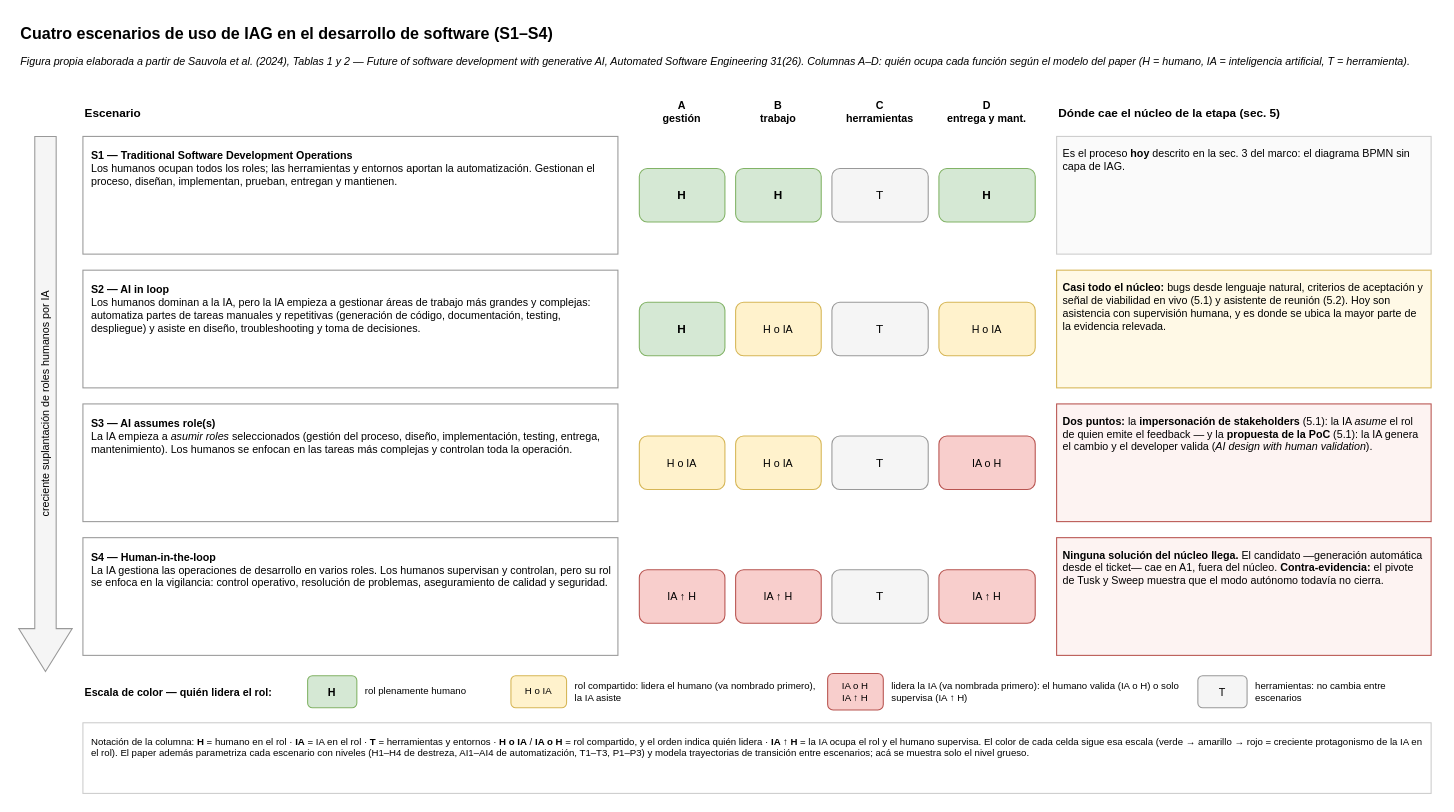
This is sprint 15/diagramas/escenarios_s1_s4.drawio from vickychappuis/Tesis, a draw.io file, before an edit. Source tidied: cells renumbered, new cells numbered last; positions are measured from the earlier drawing's top-left corner, leaving out a move shared by most shapes. Both pictures are drawn from the tidied source at 107%, with x=0, y=0 at pixel (18, 18).
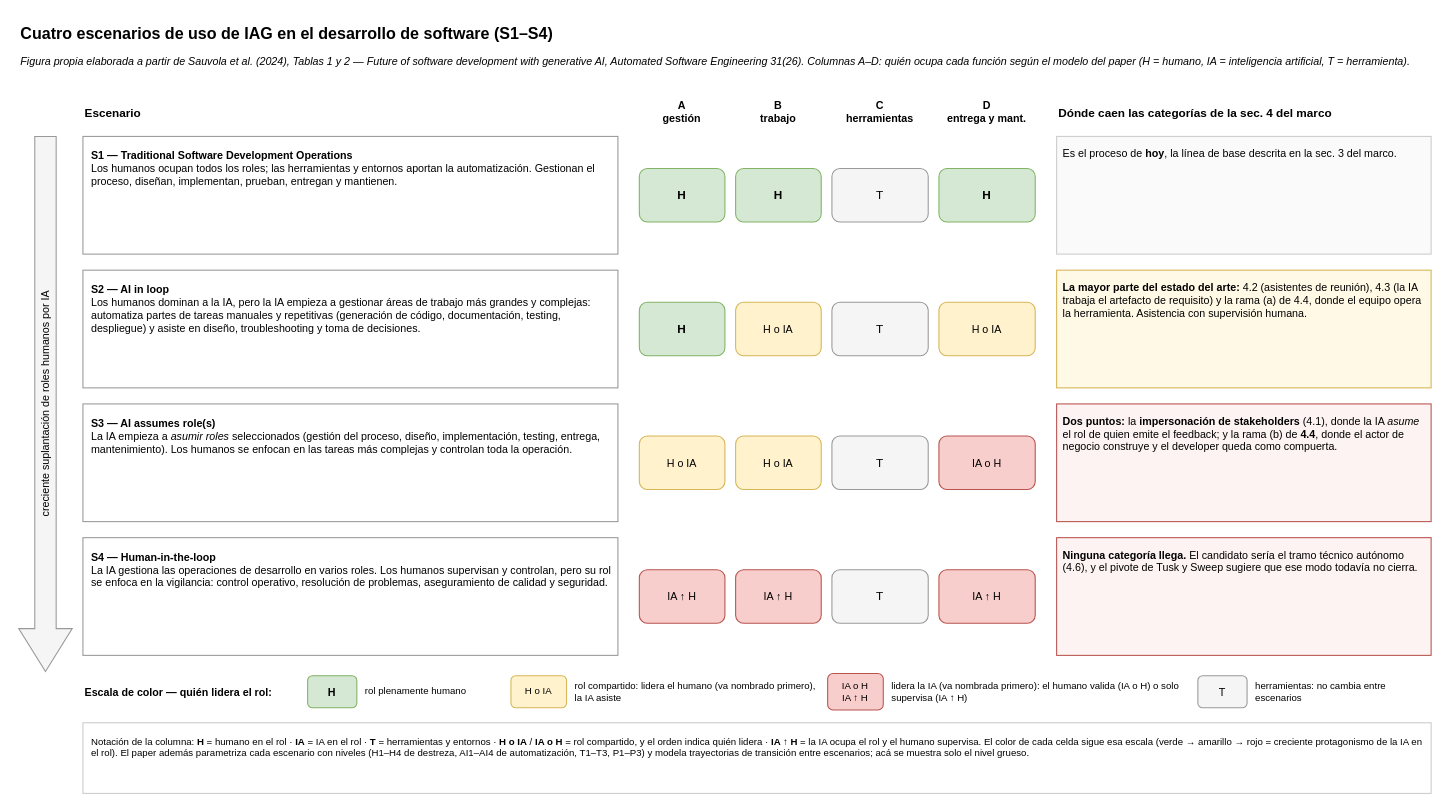
After the change.

Commit message (it also covers changes not shown here):
marco v3 + figura S1-S4: sacar restos del v2 y notas de trabajo, aclarar el alcance de la sec. 4

The edit, as a diff of the source:
```diff
@@
-    <mxCell id="9" value="Dónde cae el núcleo de la etapa (sec. 5)" style="text;html=1;strokeColor=none;fillColor=none;align=left;verticalAlign=middle;fontSize=11;fontStyle=1;" parent="1" vertex="1">
+    <mxCell id="9" value="Dónde caen las categorías de la sec. 4 del marco" style="text;html=1;strokeColor=none;fillColor=none;align=left;verticalAlign=middle;fontSize=11;fontStyle=1;" parent="1" vertex="1">
       <mxGeometry x="970" y="76" width="350" height="24" as="geometry" />
     </mxCell>
@@
-    <mxCell id="16" value="Es el proceso &lt;b&gt;hoy&lt;/b&gt; descrito en la sec. 3 del marco: el diagrama BPMN sin capa de IAG." style="text;html=1;whiteSpace=wrap;strokeColor=#CCCCCC;fillColor=#FAFAFA;align=left;verticalAlign=top;spacing=6;fontSize=10;" parent="1" vertex="1">
+    <mxCell id="16" value="Es el proceso de &lt;b&gt;hoy&lt;/b&gt;, la línea de base descrita en la sec. 3 del marco." style="text;html=1;whiteSpace=wrap;strokeColor=#CCCCCC;fillColor=#FAFAFA;align=left;verticalAlign=top;spacing=6;fontSize=10;" parent="1" vertex="1">
       <mxGeometry x="970" y="110" width="350" height="110" as="geometry" />
     </mxCell>
@@
-    <mxCell id="22" value="&lt;b&gt;Casi todo el núcleo:&lt;/b&gt; bugs desde lenguaje natural, criterios de aceptación y señal de viabilidad en vivo (5.1) y asistente de reunión (5.2). Hoy son asistencia con supervisión humana, y es donde se ubica la mayor parte de la evidencia relevada." style="text;html=1;whiteSpace=wrap;strokeColor=#D6B656;fillColor=#FFF9E6;align=left;verticalAlign=top;spacing=6;fontSize=10;" parent="1" vertex="1">
+    <mxCell id="22" value="&lt;b&gt;La mayor parte del estado del arte:&lt;/b&gt; 4.2 (asistentes de reunión), 4.3 (la IA trabaja el artefacto de requisito) y la rama (a) de 4.4, donde el equipo opera la herramienta. Asistencia con supervisión humana." style="text;html=1;whiteSpace=wrap;strokeColor=#D6B656;fillColor=#FFF9E6;align=left;verticalAlign=top;spacing=6;fontSize=10;" parent="1" vertex="1">
       <mxGeometry x="970" y="235" width="350" height="110" as="geometry" />
     </mxCell>
@@
-    <mxCell id="28" value="&lt;b&gt;Dos puntos:&lt;/b&gt; la &lt;b&gt;impersonación de stakeholders&lt;/b&gt; (5.1): la IA &lt;i&gt;asume&lt;/i&gt; el rol de quien emite el feedback — y la &lt;b&gt;propuesta de la PoC&lt;/b&gt; (5.1): la IA genera el cambio y el developer valida (&lt;i&gt;AI design with human validation&lt;/i&gt;)." style="text;html=1;whiteSpace=wrap;strokeColor=#B85450;fillColor=#FDF3F2;align=left;verticalAlign=top;spacing=6;fontSize=10;" parent="1" vertex="1">
+    <mxCell id="28" value="&lt;b&gt;Dos puntos:&lt;/b&gt; la &lt;b&gt;impersonación de stakeholders&lt;/b&gt; (4.1), donde la IA &lt;i&gt;asume&lt;/i&gt; el rol de quien emite el feedback; y la rama (b) de &lt;b&gt;4.4&lt;/b&gt;, donde el actor de negocio construye y el developer queda como compuerta." style="text;html=1;whiteSpace=wrap;strokeColor=#B85450;fillColor=#FDF3F2;align=left;verticalAlign=top;spacing=6;fontSize=10;" parent="1" vertex="1">
       <mxGeometry x="970" y="360" width="350" height="110" as="geometry" />
     </mxCell>
@@
-    <mxCell id="34" value="&lt;b&gt;Ninguna solución del núcleo llega.&lt;/b&gt; El candidato —generación automática desde el ticket— cae en A1, fuera del núcleo. &lt;b&gt;Contra-evidencia:&lt;/b&gt; el pivote de Tusk y Sweep muestra que el modo autónomo todavía no cierra." style="text;html=1;whiteSpace=wrap;strokeColor=#B85450;fillColor=#FDF3F2;align=left;verticalAlign=top;spacing=6;fontSize=10;" parent="1" vertex="1">
+    <mxCell id="34" value="&lt;b&gt;Ninguna categoría llega.&lt;/b&gt; El candidato sería el tramo técnico autónomo (4.6), y el pivote de Tusk y Sweep sugiere que ese modo todavía no cierra." style="text;html=1;whiteSpace=wrap;strokeColor=#B85450;fillColor=#FDF3F2;align=left;verticalAlign=top;spacing=6;fontSize=10;" parent="1" vertex="1">
       <mxGeometry x="970" y="485" width="350" height="110" as="geometry" />
     </mxCell>
```
